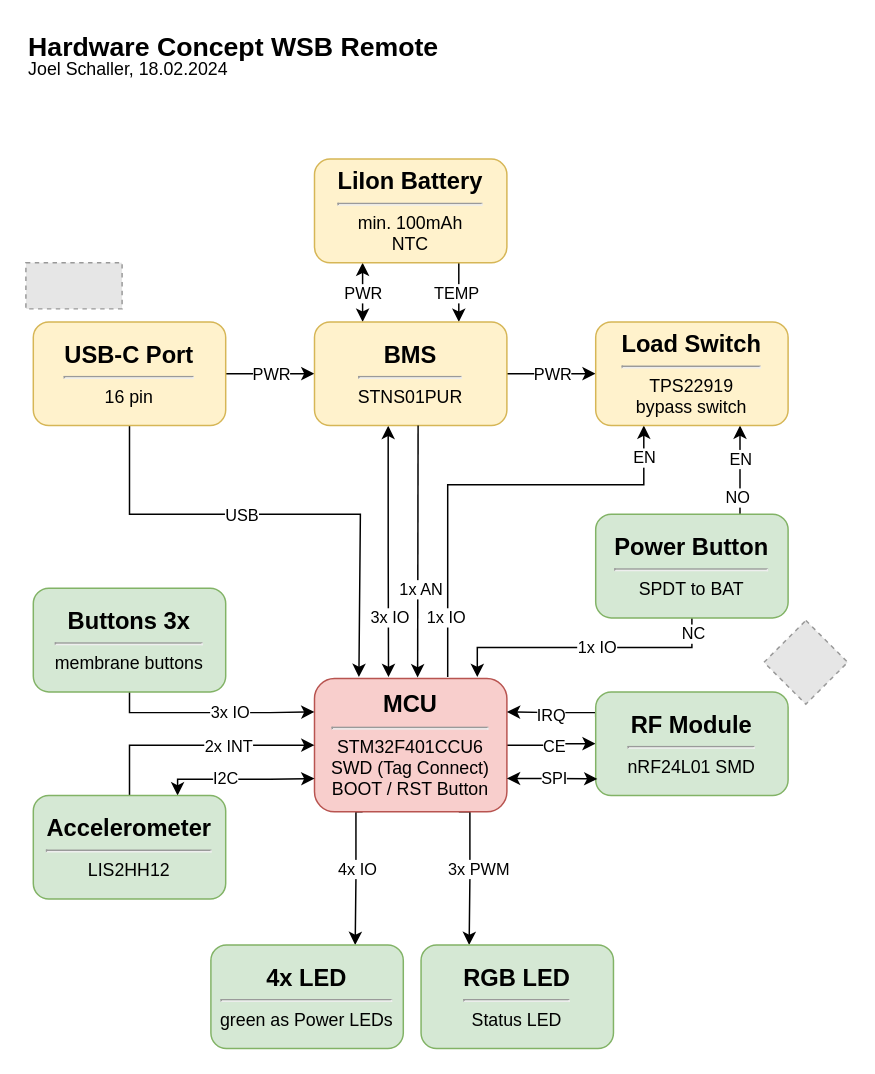
Above: 2_Documentation/HW_Concept/HW_Concept_WSB_Remote.drawio in Jowllel/Wireless-ScoreBoard (draw.io), before the change. Source tidied: cells renumbered, new cells numbered last; positions are measured from the earlier drawing's top-left corner, leaving out a move shared by most shapes. Both pictures are drawn from the tidied source at 148%, with x=0, y=0 at pixel (25, 25). Pictures stored in the file or linked from it are replaced by grey dashed boxes.
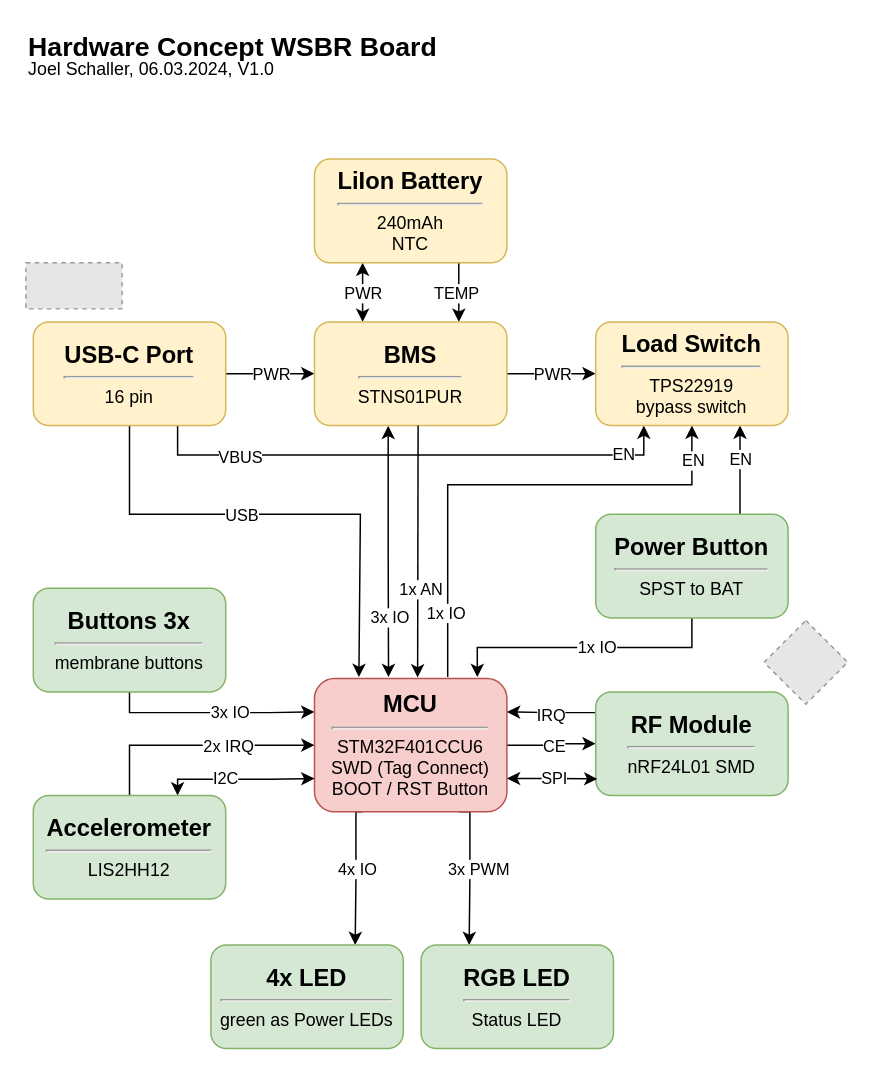
Above is the later version.

Unchanged cells that the change refers to:
```xml
<mxCell id="8" style="edgeStyle=orthogonalEdgeStyle;rounded=0;jettySize=auto;html=1;entryX=0.5;entryY=1;entryDx=0;entryDy=0;startArrow=classic;startFill=1;endArrow=none;endFill=0;" parent="1" edge="1" target="29">
  <mxGeometry relative="1" as="geometry">
    <mxPoint x="305" y="440" as="sourcePoint" />
    <Array as="points">
      <mxPoint x="305" y="420" />
      <mxPoint x="450" y="420" />
    </Array>
  </mxGeometry>
</mxCell>
<mxCell id="21" style="edgeStyle=orthogonalEdgeStyle;rounded=0;jettySize=auto;html=1;exitX=0.5;exitY=0;exitDx=0;exitDy=0;entryX=0;entryY=0.5;entryDx=0;entryDy=0;" parent="1" edge="1" source="25" target="13">
  <mxGeometry relative="1" as="geometry" />
</mxCell>
<mxCell id="26" style="edgeStyle=orthogonalEdgeStyle;rounded=0;jettySize=auto;html=1;exitX=0.75;exitY=0;exitDx=0;exitDy=0;entryX=0.75;entryY=1;entryDx=0;entryDy=0;" parent="1" edge="1" source="29" target="52">
  <mxGeometry relative="1" as="geometry" />
</mxCell>
<mxCell id="43" value="&lt;font style=&quot;&quot;&gt;&lt;span style=&quot;font-size: 16px;&quot;&gt;&lt;b&gt;USB-C Port&lt;/b&gt;&lt;/span&gt;&lt;br&gt;&lt;hr style=&quot;font-size: 10px;&quot;&gt;16 pin&lt;br&gt;&lt;/font&gt;" style="rounded=1;whiteSpace=wrap;html=1;fillColor=#fff2cc;strokeColor=#d6b656;" parent="1" vertex="1">
  <mxGeometry x="5" y="200" width="130" height="70" as="geometry" />
</mxCell>
<mxCell id="52" value="&lt;font style=&quot;&quot;&gt;&lt;span style=&quot;font-size: 16px;&quot;&gt;&lt;b&gt;Load Switch&lt;/b&gt;&lt;/span&gt;&lt;br&gt;&lt;hr style=&quot;font-size: 10px;&quot;&gt;TPS22919&lt;br&gt;bypass switch&lt;br&gt;&lt;/font&gt;" style="rounded=1;whiteSpace=wrap;html=1;fillColor=#fff2cc;strokeColor=#d6b656;" parent="1" vertex="1">
  <mxGeometry x="385" y="200" width="130" height="70" as="geometry" />
</mxCell>
```

Change to the diagram source:
```diff
@@
-    <mxCell id="2" value="&lt;font style=&quot;font-size: 18px;&quot;&gt;&lt;b&gt;Hardware Concept WSB Remote&lt;/b&gt;&lt;/font&gt;" style="text;html=1;strokeColor=none;fillColor=none;align=left;verticalAlign=middle;whiteSpace=wrap;rounded=0;" parent="1" vertex="1">
+    <mxCell id="2" value="&lt;font style=&quot;font-size: 18px;&quot;&gt;&lt;b&gt;Hardware Concept WSBR Board&lt;/b&gt;&lt;/font&gt;" style="text;html=1;strokeColor=none;fillColor=none;align=left;verticalAlign=middle;whiteSpace=wrap;rounded=0;" parent="1" vertex="1">
       <mxGeometry width="430" height="30" as="geometry" />
     </mxCell>
-    <mxCell id="3" value="&lt;font style=&quot;font-size: 12px;&quot;&gt;Joel Schaller, 18.02.2024&lt;br&gt;&lt;/font&gt;" style="text;html=1;strokeColor=none;fillColor=none;align=left;verticalAlign=middle;whiteSpace=wrap;rounded=0;" parent="1" vertex="1">
+    <mxCell id="3" value="&lt;font style=&quot;font-size: 12px;&quot;&gt;Joel Schaller, 06.03.2024, V1.0&lt;br&gt;&lt;/font&gt;" style="text;html=1;strokeColor=none;fillColor=none;align=left;verticalAlign=middle;whiteSpace=wrap;rounded=0;" parent="1" vertex="1">
       <mxGeometry y="20" width="430" height="20" as="geometry" />
     </mxCell>
@@
-    <mxCell id="10" value="NC" style="edgeLabel;html=1;align=center;verticalAlign=middle;" parent="8" vertex="1">
+    <mxCell id="10" value="&lt;div&gt;&lt;br/&gt;&lt;/div&gt;" style="edgeLabel;html=1;align=center;verticalAlign=middle;" parent="8" vertex="1">
       <mxGeometry x="0.81" relative="1" as="geometry">
         <mxPoint y="-8" as="offset" />
       </mxGeometry>
     </mxCell>
@@
-    <mxCell id="22" value="2x INT" style="edgeLabel;html=1;align=center;verticalAlign=middle;" parent="21" vertex="1">
+    <mxCell id="22" value="2x IRQ" style="edgeLabel;html=1;align=center;verticalAlign=middle;" parent="21" vertex="1">
       <mxGeometry x="0.31" y="-2" relative="1" as="geometry">
         <mxPoint x="-4" y="-2" as="offset" />
       </mxGeometry>
     </mxCell>
@@
-    <mxCell id="28" value="NO" style="edgeLabel;html=1;align=center;verticalAlign=middle;" parent="26" vertex="1">
+    <mxCell id="28" value="&lt;div&gt;&lt;br/&gt;&lt;/div&gt;" style="edgeLabel;html=1;align=center;verticalAlign=middle;" parent="26" vertex="1">
       <mxGeometry x="-0.59" y="2" relative="1" as="geometry" />
     </mxCell>
-    <mxCell id="29" value="&lt;font style=&quot;&quot;&gt;&lt;span style=&quot;font-size: 16px;&quot;&gt;&lt;b&gt;Power Button&lt;/b&gt;&lt;/span&gt;&lt;br&gt;&lt;hr style=&quot;font-size: 10px;&quot;&gt;SPDT to BAT&lt;br&gt;&lt;/font&gt;" style="rounded=1;whiteSpace=wrap;html=1;fillColor=#d5e8d4;strokeColor=#82b366;" parent="1" vertex="1">
+    <mxCell id="29" value="&lt;font style=&quot;&quot;&gt;&lt;span style=&quot;font-size: 16px;&quot;&gt;&lt;b&gt;Power Button&lt;/b&gt;&lt;/span&gt;&lt;br&gt;&lt;hr style=&quot;font-size: 10px;&quot;&gt;SPST to BAT&lt;br&gt;&lt;/font&gt;" style="rounded=1;whiteSpace=wrap;html=1;fillColor=#d5e8d4;strokeColor=#82b366;" parent="1" vertex="1">
       <mxGeometry x="385" y="330" width="130" height="70" as="geometry" />
     </mxCell>
@@
-    <mxCell id="36" value="&lt;font style=&quot;&quot;&gt;&lt;span style=&quot;font-size: 16px;&quot;&gt;&lt;b&gt;LiIon Battery&lt;/b&gt;&lt;/span&gt;&lt;br&gt;&lt;hr style=&quot;font-size: 10px;&quot;&gt;min. 100mAh&lt;br&gt;NTC&lt;br&gt;&lt;/font&gt;" style="rounded=1;whiteSpace=wrap;html=1;fillColor=#fff2cc;strokeColor=#d6b656;" parent="1" vertex="1">
+    <mxCell id="36" value="&lt;font style=&quot;&quot;&gt;&lt;span style=&quot;font-size: 16px;&quot;&gt;&lt;b&gt;LiIon Battery&lt;/b&gt;&lt;/span&gt;&lt;br&gt;&lt;hr style=&quot;font-size: 10px;&quot;&gt;240mAh&lt;br&gt;NTC&lt;br&gt;&lt;/font&gt;" style="rounded=1;whiteSpace=wrap;html=1;fillColor=#fff2cc;strokeColor=#d6b656;" parent="1" vertex="1">
       <mxGeometry x="195" y="90" width="130" height="70" as="geometry" />
     </mxCell>
@@
+    <mxCell id="56" style="edgeStyle=orthogonalEdgeStyle;rounded=0;jettySize=auto;html=1;exitX=0.75;exitY=1;exitDx=0;exitDy=0;entryX=0.25;entryY=1;entryDx=0;entryDy=0;" parent="1" edge="1" source="43" target="52">
+      <mxGeometry relative="1" as="geometry" />
+    </mxCell>
+    <mxCell id="57" value="VBUS" style="edgeLabel;html=1;align=center;verticalAlign=middle;" parent="56" vertex="1">
+      <mxGeometry x="-0.68" y="-1" relative="1" as="geometry">
+        <mxPoint x="5" as="offset" />
+      </mxGeometry>
+    </mxCell>
+    <mxCell id="58" value="EN" style="edgeLabel;html=1;align=center;verticalAlign=middle;" parent="56" vertex="1">
+      <mxGeometry x="0.81" y="1" relative="1" as="geometry" />
+    </mxCell>
@@
-    <mxCell id="49" style="edgeStyle=orthogonalEdgeStyle;rounded=0;jettySize=auto;html=1;exitX=0.25;exitY=1;exitDx=0;exitDy=0;startArrow=classic;startFill=1;endArrow=none;endFill=0;" parent="1" edge="1" source="52">
+    <mxCell id="49" style="edgeStyle=orthogonalEdgeStyle;rounded=0;jettySize=auto;html=1;exitX=0.5;exitY=1;exitDx=0;exitDy=0;startArrow=classic;startFill=1;endArrow=none;endFill=0;" parent="1" edge="1" source="52">
       <mxGeometry relative="1" as="geometry">
         <mxPoint x="285" y="440" as="targetPoint" />
         <Array as="points">
-          <mxPoint x="418" y="310" />
+          <mxPoint x="450" y="310" />
           <mxPoint x="285" y="310" />
         </Array>
       </mxGeometry>
     </mxCell>
```
